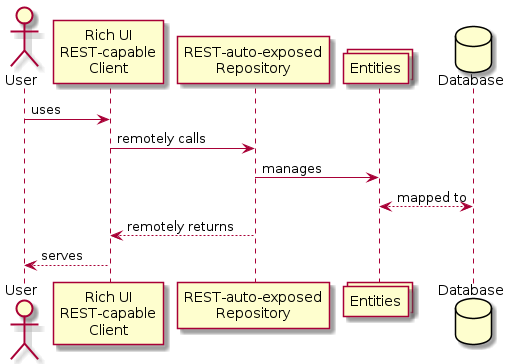
oiraqi/xcommerce-monolithic keeps this PlantUML diagram as final/design/sequence-diagrams/DataDrivenSequenceDiagram.png. Above is the earlier version. Its diagram source:
```plantuml
@startuml SequenceDiagram
actor User as User
participant "Rich UI\nREST-capable\nClient" as Client
participant "REST-auto-exposed\nRepository" as Repository
collections Entities as Ent
database Database as DB
User -> Client : uses
Client -> Repository : remotely calls
Repository -> Ent : manages
Ent <--> DB : mapped to
Repository --> Client : remotely returns
Client --> User : serves
@enduml
```
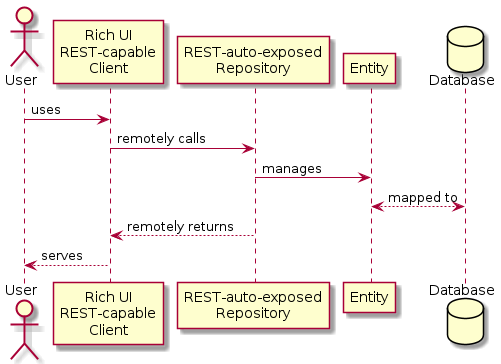
The same diagram one commit later.

The edit, as a diff of the source:
```diff
@@ -2,7 +2,7 @@
 actor User as User
 participant "Rich UI\nREST-capable\nClient" as Client
 participant "REST-auto-exposed\nRepository" as Repository
-collections Entities as Ent
+participant Entity as Ent
 database Database as DB
 User -> Client : uses
 Client -> Repository : remotely calls
```
